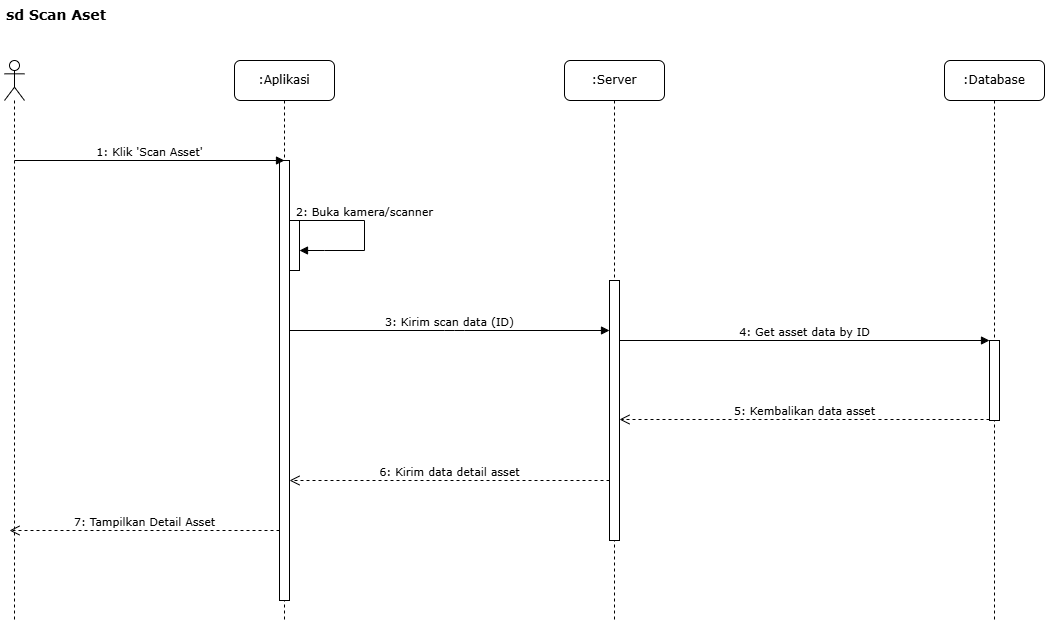
This is Diagram/sequence-diagram-skripsi-scan-aset.drawio.png from Rizz404/SKRIPSI_V2, a draw.io export, as it was before one commit. Source tidied: cells renumbered, new cells last; positions are measured from the earlier drawing's top-left corner, leaving out a move shared by most shapes.
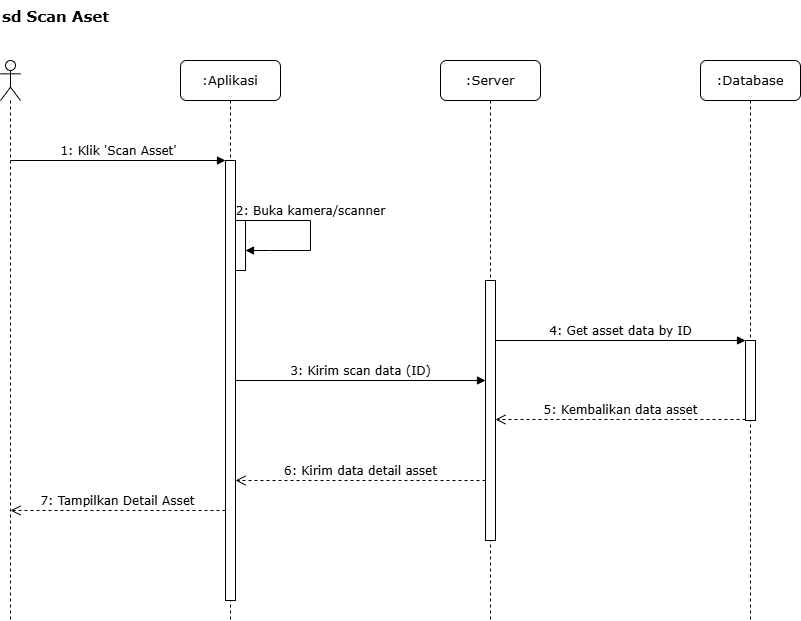
Above is the later version.

The edit, as a diff of the source:
```diff
@@ -2,78 +2,74 @@
   <root>
     <mxCell id="0" />
     <mxCell id="1" parent="0" />
-    <mxCell id="2" value="sd Scan Aset" style="text;html=1;strokeColor=none;fillColor=none;align=left;verticalAlign=top;whiteSpace=wrap;rounded=0;fontFamily=Verdana;fontSize=14;fontStyle=1;" parent="1" vertex="1">
-      <mxGeometry width="320" height="30" as="geometry" />
+    <mxCell id="2" value="sd Scan Aset" style="text;html=1;strokeColor=none;fillColor=none;align=left;verticalAlign=top;whiteSpace=wrap;rounded=0;fontFamily=Verdana;fontSize=15;fontStyle=1;" parent="1" vertex="1">
+      <mxGeometry x="-80" width="320" height="30" as="geometry" />
     </mxCell>
     <mxCell id="3" style="shape=umlLifeline;perimeter=lifelinePerimeter;whiteSpace=wrap;html=1;newEdgeStyle={&quot;curved&quot;:0,&quot;rounded&quot;:0};participant=umlActor;" parent="1" vertex="1">
-      <mxGeometry y="60" width="20" height="560" as="geometry" />
+      <mxGeometry x="-80" y="60" width="20" height="560" as="geometry" />
     </mxCell>
-    <mxCell id="4" value=":Aplikasi" style="shape=umlLifeline;perimeter=lifelinePerimeter;whiteSpace=wrap;html=1;rounded=1;shadow=0;comic=0;labelBackgroundColor=none;strokeWidth=1;fontFamily=Verdana;fontSize=12;align=center;" parent="1" vertex="1">
-      <mxGeometry x="230" y="60" width="100" height="560" as="geometry" />
+    <mxCell id="4" value=":Aplikasi" style="shape=umlLifeline;perimeter=lifelinePerimeter;whiteSpace=wrap;html=1;rounded=1;shadow=0;comic=0;labelBackgroundColor=none;strokeWidth=1;fontFamily=Verdana;fontSize=13;align=center;" parent="1" vertex="1">
+      <mxGeometry x="100" y="60" width="100" height="560" as="geometry" />
     </mxCell>
-    <mxCell id="5" value="7: Tampilkan Detail Asset" style="html=1;verticalAlign=bottom;endArrow=open;dashed=1;endSize=8;labelBackgroundColor=none;fontFamily=Verdana;fontSize=11;" parent="4" edge="1">
+    <mxCell id="5" value="7: Tampilkan Detail Asset" style="html=1;verticalAlign=bottom;endArrow=open;dashed=1;endSize=8;labelBackgroundColor=none;fontFamily=Verdana;fontSize=12;" parent="1" edge="1">
       <mxGeometry relative="1" as="geometry">
-        <mxPoint x="45" y="470" as="sourcePoint" />
-        <mxPoint x="-225" y="470" as="targetPoint" />
+        <mxPoint x="145" y="510" as="sourcePoint" />
+        <mxPoint x="-70" y="510" as="targetPoint" />
       </mxGeometry>
     </mxCell>
-    <mxCell id="6" value=":Server" style="shape=umlLifeline;perimeter=lifelinePerimeter;whiteSpace=wrap;html=1;rounded=1;shadow=0;comic=0;labelBackgroundColor=none;strokeWidth=1;fontFamily=Verdana;fontSize=12;align=center;" parent="1" vertex="1">
-      <mxGeometry x="560" y="60" width="100" height="560" as="geometry" />
+    <mxCell id="6" value=":Server" style="shape=umlLifeline;perimeter=lifelinePerimeter;whiteSpace=wrap;html=1;rounded=1;shadow=0;comic=0;labelBackgroundColor=none;strokeWidth=1;fontFamily=Verdana;fontSize=13;align=center;" parent="1" vertex="1">
+      <mxGeometry x="360" y="60" width="100" height="560" as="geometry" />
     </mxCell>
-    <mxCell id="7" value=":Database" style="shape=umlLifeline;perimeter=lifelinePerimeter;whiteSpace=wrap;html=1;rounded=1;shadow=0;comic=0;labelBackgroundColor=none;strokeWidth=1;fontFamily=Verdana;fontSize=12;align=center;" parent="1" vertex="1">
-      <mxGeometry x="940" y="60" width="100" height="560" as="geometry" />
+    <mxCell id="7" value=":Database" style="shape=umlLifeline;perimeter=lifelinePerimeter;whiteSpace=wrap;html=1;rounded=1;shadow=0;comic=0;labelBackgroundColor=none;strokeWidth=1;fontFamily=Verdana;fontSize=13;align=center;" parent="1" vertex="1">
+      <mxGeometry x="620" y="60" width="100" height="560" as="geometry" />
     </mxCell>
     <mxCell id="8" style="html=1;points=[];perimeter=orthogonalPerimeter;fillColor=#ffffff;strokeColor=#000000;strokeWidth=1;" parent="1" vertex="1">
-      <mxGeometry x="275" y="160" width="10" height="440" as="geometry" />
+      <mxGeometry x="145" y="160" width="10" height="440" as="geometry" />
     </mxCell>
     <mxCell id="9" style="html=1;points=[];perimeter=orthogonalPerimeter;fillColor=#ffffff;strokeColor=#000000;strokeWidth=1;" parent="1" vertex="1">
-      <mxGeometry x="605" y="280" width="10" height="260" as="geometry" />
+      <mxGeometry x="405" y="280" width="10" height="260" as="geometry" />
     </mxCell>
     <mxCell id="10" style="html=1;perimeter=orthogonalPerimeter;fillColor=#ffffff;strokeColor=#000000;strokeWidth=1;" parent="1" vertex="1">
-      <mxGeometry x="985" y="340" width="10" height="80" as="geometry" />
+      <mxGeometry x="665" y="340" width="10" height="80" as="geometry" />
     </mxCell>
     <mxCell id="11" style="html=1;points=[];perimeter=orthogonalPerimeter;fillColor=#ffffff;strokeColor=#000000;strokeWidth=1;" parent="1" vertex="1">
-      <mxGeometry x="285" y="220" width="10" height="50" as="geometry" />
+      <mxGeometry x="155" y="220" width="10" height="50" as="geometry" />
     </mxCell>
-    <mxCell id="12" value="1: Klik 'Scan Asset'" style="html=1;verticalAlign=bottom;labelBackgroundColor=none;endArrow=block;rounded=0;fontFamily=Verdana;fontSize=11;" parent="1" edge="1">
+    <mxCell id="12" value="1: Klik 'Scan Asset'" style="html=1;verticalAlign=bottom;labelBackgroundColor=none;endArrow=block;rounded=0;fontFamily=Verdana;fontSize=12;" parent="1" edge="1">
       <mxGeometry relative="1" as="geometry">
-        <mxPoint x="10" y="160" as="sourcePoint" />
-        <mxPoint x="280" y="160" as="targetPoint" />
+        <mxPoint x="-70" y="160" as="sourcePoint" />
+        <mxPoint x="145" y="160" as="targetPoint" />
       </mxGeometry>
     </mxCell>
-    <mxCell id="13" value="2: Buka kamera/scanner" style="html=1;verticalAlign=bottom;endArrow=block;curved=0;labelBackgroundColor=none;fontFamily=Verdana;fontSize=11;rounded=0;" parent="1" edge="1" target="11">
+    <mxCell id="13" value="2: Buka kamera/scanner" style="html=1;verticalAlign=bottom;endArrow=block;curved=0;labelBackgroundColor=none;fontFamily=Verdana;fontSize=12;rounded=0;" parent="1" edge="1" target="11">
       <mxGeometry x="-0.12" relative="1" as="geometry">
-        <mxPoint x="285" y="220" as="sourcePoint" />
+        <mxPoint x="155" y="220" as="sourcePoint" />
         <Array as="points">
-          <mxPoint x="360" y="220" />
-          <mxPoint x="360" y="250" />
-          <mxPoint x="320" y="250" />
+          <mxPoint x="230" y="220" />
+          <mxPoint x="230" y="250" />
+          <mxPoint x="190" y="250" />
         </Array>
       </mxGeometry>
     </mxCell>
-    <mxCell id="14" value="3: Kirim scan data (ID)" style="html=1;verticalAlign=bottom;endArrow=block;labelBackgroundColor=none;fontFamily=Verdana;fontSize=11;" parent="1" edge="1" source="8" target="9">
-      <mxGeometry relative="1" as="geometry">
-        <Array as="points">
-          <mxPoint x="450" y="330" />
-        </Array>
-      </mxGeometry>
+    <mxCell id="14" value="3: Kirim scan data (ID)" style="html=1;verticalAlign=bottom;endArrow=block;labelBackgroundColor=none;fontFamily=Verdana;fontSize=12;" parent="1" edge="1" source="8" target="9">
+      <mxGeometry relative="1" as="geometry" />
     </mxCell>
-    <mxCell id="15" value="4: Get asset data by ID" style="html=1;verticalAlign=bottom;endArrow=block;labelBackgroundColor=none;fontFamily=Verdana;fontSize=11;" parent="1" edge="1">
+    <mxCell id="15" value="4: Get asset data by ID" style="html=1;verticalAlign=bottom;endArrow=block;labelBackgroundColor=none;fontFamily=Verdana;fontSize=12;" parent="1" edge="1">
       <mxGeometry relative="1" as="geometry">
-        <mxPoint x="615" y="340" as="sourcePoint" />
-        <mxPoint x="985" y="340" as="targetPoint" />
+        <mxPoint x="415" y="340" as="sourcePoint" />
+        <mxPoint x="665" y="340" as="targetPoint" />
       </mxGeometry>
     </mxCell>
-    <mxCell id="16" value="5: Kembalikan data asset" style="html=1;verticalAlign=bottom;endArrow=open;dashed=1;endSize=8;labelBackgroundColor=none;fontFamily=Verdana;fontSize=11;" parent="1" edge="1">
+    <mxCell id="16" value="5: Kembalikan data asset" style="html=1;verticalAlign=bottom;endArrow=open;dashed=1;endSize=8;labelBackgroundColor=none;fontFamily=Verdana;fontSize=12;" parent="1" edge="1">
       <mxGeometry relative="1" as="geometry">
-        <mxPoint x="985" y="419" as="sourcePoint" />
-        <mxPoint x="615" y="419" as="targetPoint" />
+        <mxPoint x="665" y="419" as="sourcePoint" />
+        <mxPoint x="415" y="419" as="targetPoint" />
       </mxGeometry>
     </mxCell>
-    <mxCell id="17" value="6: Kirim data detail asset" style="html=1;verticalAlign=bottom;endArrow=open;dashed=1;endSize=8;labelBackgroundColor=none;fontFamily=Verdana;fontSize=11;" parent="1" edge="1">
+    <mxCell id="17" value="6: Kirim data detail asset" style="html=1;verticalAlign=bottom;endArrow=open;dashed=1;endSize=8;labelBackgroundColor=none;fontFamily=Verdana;fontSize=12;" parent="1" edge="1">
       <mxGeometry relative="1" as="geometry">
-        <mxPoint x="605" y="480" as="sourcePoint" />
-        <mxPoint x="285" y="480" as="targetPoint" />
+        <mxPoint x="405" y="480" as="sourcePoint" />
+        <mxPoint x="155" y="480" as="targetPoint" />
       </mxGeometry>
     </mxCell>
   </root>
```
